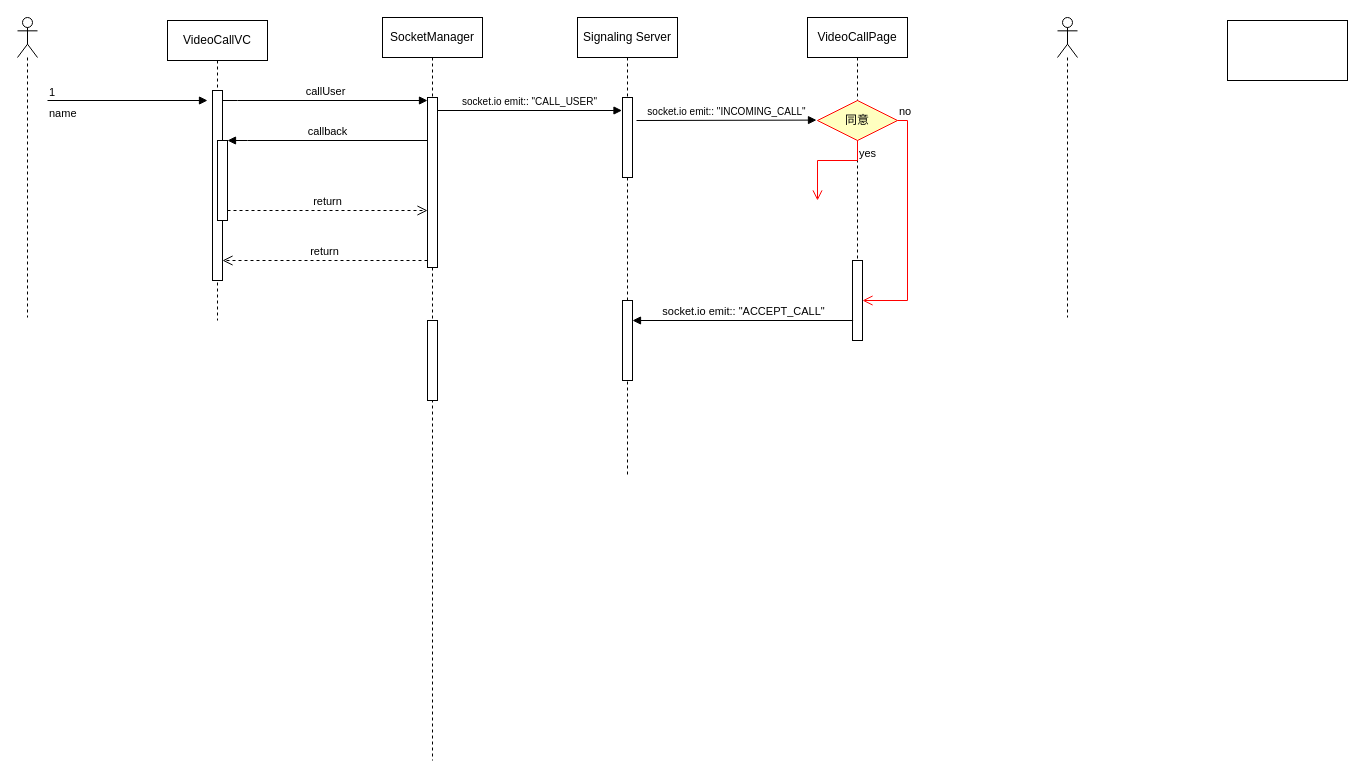
Earlier version of the draw.io diagram WebRTC-Diagrams/iPad-Tomas-WebRTC-0002.drawio (shixinzhu/Diagrams). Source tidied: cells renumbered, new cells numbered last; positions are measured from the earlier drawing's top-left corner, leaving out a move shared by most shapes. Both pictures are drawn from the tidied source at 100%, with x=0, y=0 at pixel (17, 17).
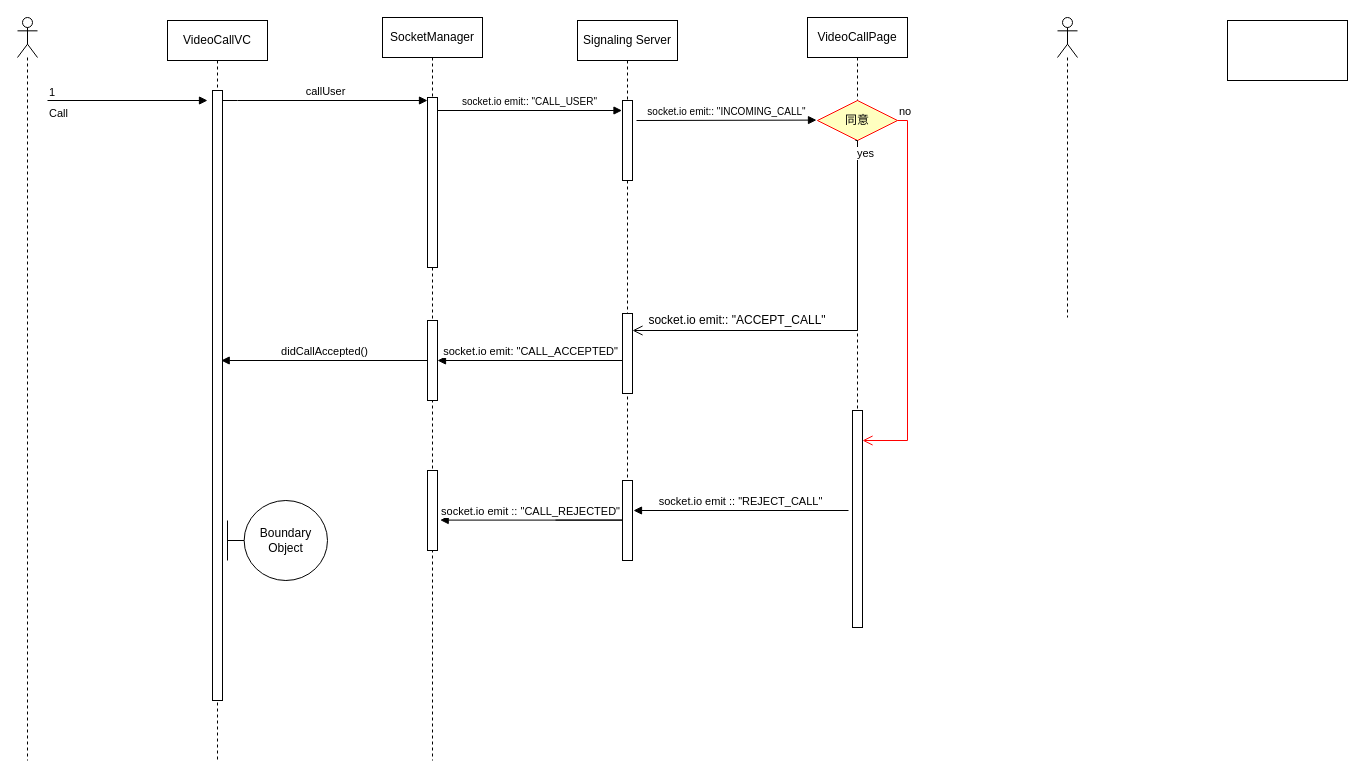
The same diagram, later.

Commit message (it also covers changes not shown here):
iPad-Tomas-WebRTC-0002.drawio を更新します

The change refers to these unchanged cells:
```xml
<mxCell id="5" value="&lt;font style=&quot;color: rgb(0, 0, 0);&quot;&gt;SocketManager&lt;/font&gt;" style="shape=umlLifeline;perimeter=lifelinePerimeter;whiteSpace=wrap;html=1;newEdgeStyle={&quot;edgeStyle&quot;:&quot;elbowEdgeStyle&quot;,&quot;elbow&quot;:&quot;vertical&quot;,&quot;curved&quot;:0,&quot;rounded&quot;:0};" parent="1" vertex="1">
  <mxGeometry x="365" width="100" height="743" as="geometry" />
</mxCell>
<mxCell id="6" style="html=1;points=[];perimeter=orthogonalPerimeter;outlineConnect=0;targetShapes=umlLifeline;portConstraint=eastwest;newEdgeStyle={&quot;edgeStyle&quot;:&quot;elbowEdgeStyle&quot;,&quot;elbow&quot;:&quot;vertical&quot;,&quot;curved&quot;:0,&quot;rounded&quot;:0};" parent="5" vertex="1">
  <mxGeometry x="45" y="80" width="10" height="170" as="geometry" />
</mxCell>
<mxCell id="24" value="同意" style="rhombus;whiteSpace=wrap;html=1;fontColor=#000000;fillColor=#ffffc0;strokeColor=#ff0000;" parent="1" vertex="1">
  <mxGeometry x="800" y="83" width="80" height="40" as="geometry" />
</mxCell>
```

What changed in the source:
```diff
@@
     <mxCell id="2" value="VideoCallVC" style="shape=umlLifeline;perimeter=lifelinePerimeter;whiteSpace=wrap;html=1;newEdgeStyle={&quot;edgeStyle&quot;:&quot;elbowEdgeStyle&quot;,&quot;elbow&quot;:&quot;vertical&quot;,&quot;curved&quot;:0,&quot;rounded&quot;:0};" parent="1" vertex="1">
-      <mxGeometry x="150" y="3" width="100" height="300" as="geometry" />
+      <mxGeometry x="150" y="3" width="100" height="740" as="geometry" />
     </mxCell>
     <mxCell id="3" style="html=1;points=[];perimeter=orthogonalPerimeter;outlineConnect=0;targetShapes=umlLifeline;portConstraint=eastwest;newEdgeStyle={&quot;edgeStyle&quot;:&quot;elbowEdgeStyle&quot;,&quot;elbow&quot;:&quot;vertical&quot;,&quot;curved&quot;:0,&quot;rounded&quot;:0};" parent="2" vertex="1">
-      <mxGeometry x="45" y="70" width="10" height="190" as="geometry" />
+      <mxGeometry x="45" y="70" width="10" height="610" as="geometry" />
     </mxCell>
-    <mxCell id="4" style="html=1;points=[];perimeter=orthogonalPerimeter;outlineConnect=0;targetShapes=umlLifeline;portConstraint=eastwest;newEdgeStyle={&quot;edgeStyle&quot;:&quot;elbowEdgeStyle&quot;,&quot;elbow&quot;:&quot;vertical&quot;,&quot;curved&quot;:0,&quot;rounded&quot;:0};" parent="2" vertex="1">
-      <mxGeometry x="50" y="120" width="10" height="80" as="geometry" />
-    </mxCell>
@@
     <mxCell id="7" style="html=1;perimeter=orthogonalPerimeter;targetShapes=umlLifeline;newEdgeStyle={&quot;curved&quot;:0,&quot;rounded&quot;:0};" parent="5" vertex="1">
-      <mxGeometry x="45" y="303" width="10" height="80" as="geometry" />
+      <mxGeometry x="45" y="453" width="10" height="80" as="geometry" />
     </mxCell>
+    <mxCell id="28" style="html=1;points=[[0,0,0,0,5],[0,1,0,0,-5],[1,0,0,0,5],[1,1,0,0,-5]];perimeter=orthogonalPerimeter;outlineConnect=0;targetShapes=umlLifeline;portConstraint=eastwest;newEdgeStyle={&quot;curved&quot;:0,&quot;rounded&quot;:0};" parent="5" vertex="1">
+      <mxGeometry x="45" y="303" width="10" height="80" as="geometry" />
+    </mxCell>
@@
-    <mxCell id="9" value="return" style="html=1;verticalAlign=bottom;endArrow=open;dashed=1;endSize=8;edgeStyle=elbowEdgeStyle;elbow=vertical;curved=0;rounded=0;" parent="1" edge="1" source="6" target="3">
-      <mxGeometry relative="1" as="geometry">
-        <Array as="points">
-          <mxPoint x="230" y="243" />
-        </Array>
-      </mxGeometry>
-    </mxCell>
-    <mxCell id="10" value="callback" style="html=1;verticalAlign=bottom;endArrow=block;edgeStyle=elbowEdgeStyle;elbow=vertical;curved=0;rounded=0;" parent="1" edge="1" source="6" target="4">
-      <mxGeometry relative="1" as="geometry">
-        <Array as="points">
-          <mxPoint x="230" y="123" />
-        </Array>
-      </mxGeometry>
-    </mxCell>
-    <mxCell id="11" value="return" style="html=1;verticalAlign=bottom;endArrow=open;dashed=1;endSize=8;edgeStyle=elbowEdgeStyle;elbow=vertical;curved=0;rounded=0;" parent="1" edge="1" source="4" target="6">
-      <mxGeometry relative="1" as="geometry">
-        <Array as="points">
-          <mxPoint x="220" y="193" />
-        </Array>
-      </mxGeometry>
-    </mxCell>
@@
     <mxCell id="13" value="Signaling Server" style="shape=umlLifeline;perimeter=lifelinePerimeter;whiteSpace=wrap;html=1;newEdgeStyle={&quot;curved&quot;:0,&quot;rounded&quot;:0};" parent="1" vertex="1">
-      <mxGeometry x="560" width="100" height="460" as="geometry" />
+      <mxGeometry x="560" y="3" width="100" height="460" as="geometry" />
     </mxCell>
@@
-    <mxCell id="15" style="html=1;perimeter=orthogonalPerimeter;targetShapes=umlLifeline;newEdgeStyle={&quot;curved&quot;:0,&quot;rounded&quot;:0};" parent="13" vertex="1">
-      <mxGeometry x="45" y="283" width="10" height="80" as="geometry" />
-    </mxCell>
+    <mxCell id="29" style="html=1;perimeter=orthogonalPerimeter;targetShapes=umlLifeline;newEdgeStyle={&quot;curved&quot;:0,&quot;rounded&quot;:0};" parent="13" vertex="1">
+      <mxGeometry x="45" y="293" width="10" height="80" as="geometry" />
+    </mxCell>
@@
-    <mxCell id="17" value="name" style="endArrow=block;endFill=1;html=1;edgeStyle=orthogonalEdgeStyle;align=left;verticalAlign=top;rounded=0;" parent="1" edge="1">
+    <mxCell id="17" value="Call" style="endArrow=block;endFill=1;html=1;edgeStyle=orthogonalEdgeStyle;align=left;verticalAlign=top;rounded=0;" parent="1" edge="1">
       <mxGeometry x="-1" relative="1" as="geometry">
         <mxPoint x="30" y="83" as="sourcePoint" />
         <mxPoint x="190" y="83" as="targetPoint" />
       </mxGeometry>
     </mxCell>
@@
     <mxCell id="19" style="shape=umlLifeline;perimeter=lifelinePerimeter;whiteSpace=wrap;html=1;newEdgeStyle={&quot;curved&quot;:0,&quot;rounded&quot;:0};participant=umlActor;" parent="1" vertex="1">
-      <mxGeometry width="20" height="300" as="geometry" />
+      <mxGeometry width="20" height="743" as="geometry" />
     </mxCell>
@@
     <mxCell id="21" value="VideoCallPage" style="shape=umlLifeline;perimeter=lifelinePerimeter;whiteSpace=wrap;html=1;newEdgeStyle={&quot;curved&quot;:0,&quot;rounded&quot;:0};" parent="1" vertex="1">
-      <mxGeometry x="790" width="100" height="300" as="geometry" />
+      <mxGeometry x="790" width="100" height="460" as="geometry" />
     </mxCell>
-    <mxCell id="22" style="html=1;points=[[0,0,0,0,5],[0,1,0,0,-5],[1,0,0,0,5],[1,1,0,0,-5]];perimeter=orthogonalPerimeter;outlineConnect=0;targetShapes=umlLifeline;portConstraint=eastwest;newEdgeStyle={&quot;curved&quot;:0,&quot;rounded&quot;:0};" parent="21" vertex="1">
-      <mxGeometry x="45" y="243" width="10" height="80" as="geometry" />
-    </mxCell>
@@
     <mxCell id="25" value="no" style="edgeStyle=orthogonalEdgeStyle;html=1;align=left;verticalAlign=bottom;endArrow=open;endSize=8;strokeColor=#ff0000;rounded=0;" parent="1" edge="1" source="24" target="22">
       <mxGeometry x="-1" relative="1" as="geometry">
         <Array as="points">
           <mxPoint x="890" y="103" />
-          <mxPoint x="890" y="283" />
-          <mxPoint x="840" y="283" />
+          <mxPoint x="890" y="423" />
         </Array>
       </mxGeometry>
     </mxCell>
-    <mxCell id="26" value="yes" style="edgeStyle=orthogonalEdgeStyle;html=1;align=left;verticalAlign=top;endArrow=open;endSize=8;strokeColor=#ff0000;rounded=0;" parent="1" edge="1" source="24">
+    <mxCell id="26" value="yes" style="edgeStyle=orthogonalEdgeStyle;html=1;align=left;verticalAlign=top;endArrow=open;endSize=8;strokeColor=light-dark(#000000, #ff9090);rounded=0;" parent="1" edge="1">
       <mxGeometry x="-1" relative="1" as="geometry">
-        <mxPoint x="800" y="183" as="targetPoint" />
+        <mxPoint x="838" y="123" as="sourcePoint" />
+        <mxPoint x="615" y="313" as="targetPoint" />
         <Array as="points">
-          <mxPoint x="840" y="143" />
-          <mxPoint x="800" y="143" />
+          <mxPoint x="840" y="123" />
+          <mxPoint x="840" y="313" />
         </Array>
       </mxGeometry>
     </mxCell>
+    <mxCell id="30" value="socket.io emit :: &quot;CALL_REJECTED&quot;" style="html=1;verticalAlign=bottom;endArrow=block;curved=0;rounded=0;" parent="1" edge="1">
+      <mxGeometry x="0.29" relative="1" as="geometry">
+        <mxPoint x="538" y="502.6" as="sourcePoint" />
+        <mxPoint x="422.7" y="502.6" as="targetPoint" />
+        <Array as="points">
+          <mxPoint x="608" y="502.6" />
+        </Array>
+      </mxGeometry>
+    </mxCell>
+    <mxCell id="22" style="html=1;points=[[0,0,0,0,5],[0,1,0,0,-5],[1,0,0,0,5],[1,1,0,0,-5]];perimeter=orthogonalPerimeter;outlineConnect=0;targetShapes=umlLifeline;portConstraint=eastwest;newEdgeStyle={&quot;curved&quot;:0,&quot;rounded&quot;:0};" parent="1" vertex="1">
+      <mxGeometry x="835" y="393" width="10" height="217" as="geometry" />
+    </mxCell>
+    <mxCell id="15" style="html=1;perimeter=orthogonalPerimeter;targetShapes=umlLifeline;newEdgeStyle={&quot;curved&quot;:0,&quot;rounded&quot;:0};" parent="1" vertex="1">
+      <mxGeometry x="605" y="463" width="10" height="80" as="geometry" />
+    </mxCell>
+    <mxCell id="31" value="socket.io emit: &quot;CALL_ACCEPTED&quot;" style="html=1;verticalAlign=bottom;endArrow=block;curved=0;rounded=0;" parent="1" edge="1">
+      <mxGeometry relative="1" as="geometry">
+        <mxPoint x="605.5" y="343" as="sourcePoint" />
+        <mxPoint x="420" y="343" as="targetPoint" />
+      </mxGeometry>
+    </mxCell>
+    <mxCell id="32" value="didCallAccepted()" style="html=1;verticalAlign=bottom;endArrow=block;curved=0;rounded=0;" parent="1" edge="1" source="28">
+      <mxGeometry relative="1" as="geometry">
+        <mxPoint x="203.7" y="343" as="targetPoint" />
+      </mxGeometry>
+    </mxCell>
+    <mxCell id="33" value="Boundary Object" style="shape=umlBoundary;whiteSpace=wrap;html=1;" parent="1" vertex="1">
+      <mxGeometry x="210" y="483" width="100" height="80" as="geometry" />
+    </mxCell>
-    <mxCell id="27" value="socket.io emit:: &quot;ACCEPT_CALL&quot;" style="html=1;verticalAlign=bottom;endArrow=block;curved=0;rounded=0;" parent="1" edge="1">
-      <mxGeometry relative="1" as="geometry">
-        <mxPoint x="835.6" y="303" as="sourcePoint" />
-        <mxPoint x="615" y="303" as="targetPoint" />
-      </mxGeometry>
+    <mxCell id="27" value="socket.io emit:: &quot;ACCEPT_CALL&quot;" style="text;html=1;strokeColor=none;fillColor=none;align=center;verticalAlign=middle;whiteSpace=wrap;overflow=hidden;" parent="1" vertex="1">
+      <mxGeometry x="630" y="293" width="180" height="20" as="geometry" />
     </mxCell>
+    <mxCell id="34" value="socket.io emit :: &quot;REJECT_CALL&quot;" style="html=1;verticalAlign=bottom;endArrow=block;curved=0;rounded=0;" parent="1" edge="1">
+      <mxGeometry relative="1" as="geometry">
+        <mxPoint x="831" y="493" as="sourcePoint" />
+        <mxPoint x="616" y="493" as="targetPoint" />
+      </mxGeometry>
+    </mxCell>
```
